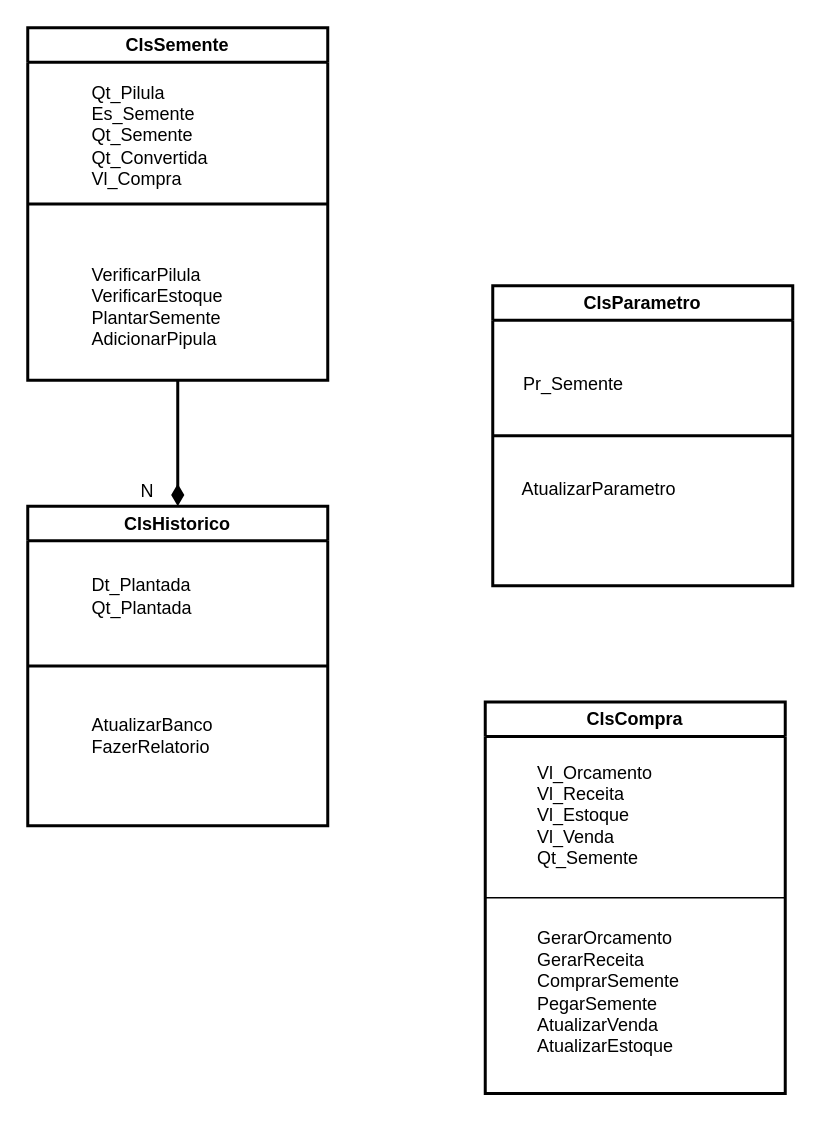
Earlier version of the draw.io diagram page "Classes" (4 of 6) of Tarefa1.drawio (ZardsMK/Trabahlo-DrawIO). Source tidied: cells renumbered, new cells numbered last; positions are measured from the earlier drawing's top-left corner, leaving out a move shared by most shapes. Both pictures are drawn from the tidied source at 150%, with x=0, y=0 at pixel (27, 27).
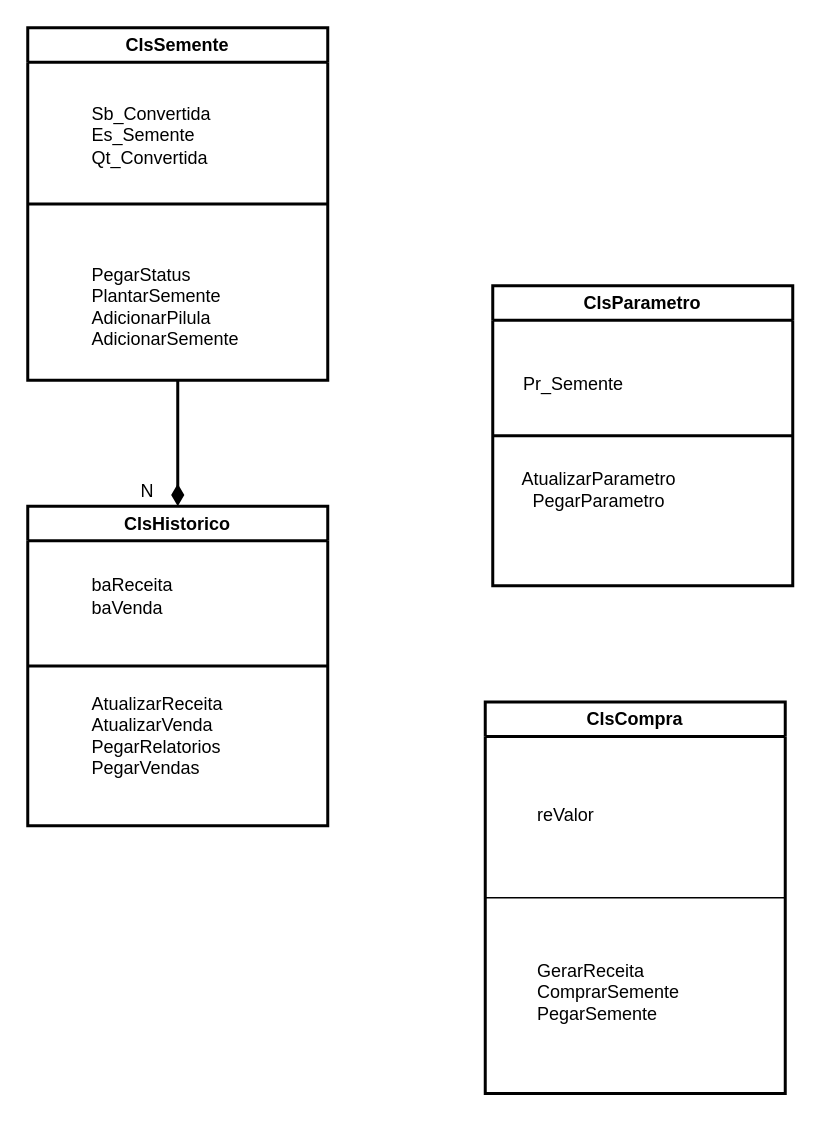
The same page after the edit.

The edit, as a diff of the source:
```diff
@@
 <mxGraphModel background="#FFFFFF">
   <root>
     <mxCell id="0" />
     <mxCell id="1" parent="0" />
     <mxCell id="2" value="ClsParametro" style="swimlane;whiteSpace=wrap;html=1;fillColor=default;swimlaneFillColor=default;startSize=23;strokeWidth=2;" parent="1" vertex="1">
       <mxGeometry x="310" y="172" width="200" height="200" as="geometry" />
     </mxCell>
-    <mxCell id="3" value="AtualizarParametro" style="text;html=1;align=center;verticalAlign=middle;whiteSpace=wrap;rounded=0;strokeWidth=2;" parent="2" vertex="1">
+    <mxCell id="3" value="AtualizarParametro&lt;div&gt;PegarParametro&lt;/div&gt;" style="text;html=1;align=center;verticalAlign=middle;whiteSpace=wrap;rounded=0;strokeWidth=2;" parent="2" vertex="1">
       <mxGeometry x="41" y="121" width="60" height="30" as="geometry" />
     </mxCell>
     <mxCell id="4" value="Pr_Semente" style="text;html=1;align=center;verticalAlign=middle;whiteSpace=wrap;rounded=0;strokeWidth=2;" parent="2" vertex="1">
       <mxGeometry x="24" y="51" width="60" height="30" as="geometry" />
     </mxCell>
     <mxCell id="5" style="endArrow=none;html=1;rounded=0;exitX=0;exitY=0.5;exitDx=0;exitDy=0;entryX=1;entryY=0.5;entryDx=0;entryDy=0;strokeWidth=2;" parent="1" edge="1" source="2" target="2">
       <mxGeometry relative="1" as="geometry" />
     </mxCell>
     <mxCell id="6" style="edgeStyle=orthogonalEdgeStyle;rounded=0;jettySize=auto;html=1;exitX=0.5;exitY=1;exitDx=0;exitDy=0;entryX=0.5;entryY=0;entryDx=0;entryDy=0;curved=1;endArrow=diamondThin;endFill=1;strokeWidth=2;endSize=9;" parent="1" edge="1" source="7" target="11">
       <mxGeometry relative="1" as="geometry" />
     </mxCell>
     <mxCell id="7" value="ClsSemente" style="swimlane;whiteSpace=wrap;html=1;fillColor=default;swimlaneFillColor=default;strokeWidth=2;" parent="1" vertex="1">
       <mxGeometry width="200" height="235" as="geometry" />
     </mxCell>
-    <mxCell id="8" value="Qt_Pilula&lt;div&gt;Es_Semente&lt;/div&gt;&lt;div&gt;Qt_Semente&lt;/div&gt;&lt;div&gt;Qt_Convertida&lt;/div&gt;&lt;div&gt;Vl_Compra&lt;/div&gt;" style="text;html=1;align=left;verticalAlign=middle;whiteSpace=wrap;rounded=0;strokeWidth=2;" parent="7" vertex="1">
+    <mxCell id="8" value="Sb_Convertida&lt;div&gt;Es_Semente&lt;/div&gt;&lt;div&gt;Qt_Convertida&lt;/div&gt;" style="text;html=1;align=left;verticalAlign=middle;whiteSpace=wrap;rounded=0;strokeWidth=2;" parent="7" vertex="1">
       <mxGeometry x="41" y="38" width="103" height="67" as="geometry" />
     </mxCell>
-    <mxCell id="9" value="VerificarPilula&lt;div&gt;VerificarEstoque&lt;/div&gt;&lt;div&gt;PlantarSemente&lt;/div&gt;&lt;div&gt;AdicionarPipula&lt;/div&gt;" style="text;html=1;align=left;verticalAlign=middle;whiteSpace=wrap;rounded=0;strokeWidth=2;" parent="7" vertex="1">
+    <mxCell id="9" value="PegarStatus&lt;br&gt;&lt;div&gt;PlantarSemente&lt;/div&gt;&lt;div&gt;AdicionarPilula&lt;/div&gt;&lt;div&gt;AdicionarSemente&lt;/div&gt;" style="text;html=1;align=left;verticalAlign=middle;whiteSpace=wrap;rounded=0;strokeWidth=2;" parent="7" vertex="1">
       <mxGeometry x="41" y="171" width="60" height="30" as="geometry" />
     </mxCell>
     <mxCell id="10" style="endArrow=none;html=1;rounded=0;exitX=0;exitY=0.5;exitDx=0;exitDy=0;entryX=1;entryY=0.5;entryDx=0;entryDy=0;strokeWidth=2;" parent="1" edge="1" source="7" target="7">
       <mxGeometry relative="1" as="geometry" />
     </mxCell>
     <mxCell id="11" value="ClsHistorico" style="swimlane;whiteSpace=wrap;html=1;fillColor=default;swimlaneFillColor=default;strokeWidth=2;" parent="1" vertex="1">
       <mxGeometry y="319" width="200" height="213" as="geometry" />
     </mxCell>
-    <mxCell id="12" value="&lt;div&gt;Dt_Plantada&lt;/div&gt;&lt;div&gt;Qt_Plantada&lt;/div&gt;" style="text;html=1;align=left;verticalAlign=middle;whiteSpace=wrap;rounded=0;strokeWidth=2;" parent="11" vertex="1">
+    <mxCell id="12" value="&lt;div&gt;baReceita&lt;/div&gt;&lt;div&gt;baVenda&lt;/div&gt;" style="text;html=1;align=left;verticalAlign=middle;whiteSpace=wrap;rounded=0;strokeWidth=2;" parent="11" vertex="1">
       <mxGeometry x="41" y="45" width="60" height="30" as="geometry" />
     </mxCell>
-    <mxCell id="13" value="AtualizarBanco&lt;div&gt;FazerRelatorio&lt;/div&gt;" style="text;html=1;align=left;verticalAlign=middle;whiteSpace=wrap;rounded=0;strokeWidth=2;" parent="11" vertex="1">
+    <mxCell id="13" value="AtualizarReceita&lt;div&gt;AtualizarVenda&lt;br&gt;&lt;div&gt;PegarRelatorios&lt;/div&gt;&lt;/div&gt;&lt;div&gt;PegarVendas&lt;/div&gt;" style="text;html=1;align=left;verticalAlign=middle;whiteSpace=wrap;rounded=0;strokeWidth=2;" parent="11" vertex="1">
       <mxGeometry x="41" y="138" width="60" height="30" as="geometry" />
     </mxCell>
     <mxCell id="14" style="endArrow=none;html=1;rounded=0;entryX=1;entryY=0.5;entryDx=0;entryDy=0;exitX=0;exitY=0.5;exitDx=0;exitDy=0;strokeWidth=2;" parent="1" edge="1" source="11" target="11">
       <mxGeometry relative="1" as="geometry" />
     </mxCell>
     <mxCell id="15" value="N" style="text;html=1;align=center;verticalAlign=middle;whiteSpace=wrap;rounded=0;" parent="1" vertex="1">
       <mxGeometry x="50" y="294" width="60" height="30" as="geometry" />
     </mxCell>
     <mxCell id="16" value="ClsCompra" style="swimlane;whiteSpace=wrap;html=1;fillColor=default;swimlaneFillColor=default;strokeWidth=2;" parent="1" vertex="1">
       <mxGeometry x="305" y="449.5" width="200" height="261" as="geometry" />
     </mxCell>
-    <mxCell id="17" value="Vl_Orcamento&lt;div&gt;Vl_Receita&lt;/div&gt;&lt;div&gt;Vl_Estoque&lt;/div&gt;&lt;div&gt;Vl_Venda&lt;br&gt;&lt;div&gt;Qt_Semente&lt;/div&gt;&lt;/div&gt;" style="text;html=1;align=left;verticalAlign=middle;whiteSpace=wrap;rounded=0;" parent="16" vertex="1">
+    <mxCell id="17" value="reValor" style="text;html=1;align=left;verticalAlign=middle;whiteSpace=wrap;rounded=0;" parent="16" vertex="1">
       <mxGeometry x="33" y="60" width="60" height="30" as="geometry" />
     </mxCell>
-    <mxCell id="18" value="GerarOrcamento&lt;div&gt;GerarReceita&lt;/div&gt;&lt;div&gt;ComprarSemente&lt;/div&gt;&lt;div&gt;PegarSemente&lt;/div&gt;&lt;div&gt;AtualizarVenda&lt;/div&gt;&lt;div&gt;AtualizarEstoque&lt;/div&gt;" style="text;html=1;align=left;verticalAlign=middle;whiteSpace=wrap;rounded=0;" parent="16" vertex="1">
+    <mxCell id="18" value="&lt;div&gt;GerarReceita&lt;/div&gt;&lt;div&gt;ComprarSemente&lt;/div&gt;&lt;div&gt;PegarSemente&lt;/div&gt;" style="text;html=1;align=left;verticalAlign=middle;whiteSpace=wrap;rounded=0;" parent="16" vertex="1">
       <mxGeometry x="33" y="178" width="60" height="30" as="geometry" />
     </mxCell>
     <mxCell id="19" style="endArrow=none;html=1;rounded=0;exitX=0;exitY=0.5;exitDx=0;exitDy=0;entryX=1;entryY=0.5;entryDx=0;entryDy=0;" parent="1" edge="1" source="16" target="16">
       <mxGeometry relative="1" as="geometry" />
     </mxCell>
   </root>
 </mxGraphModel>
```
